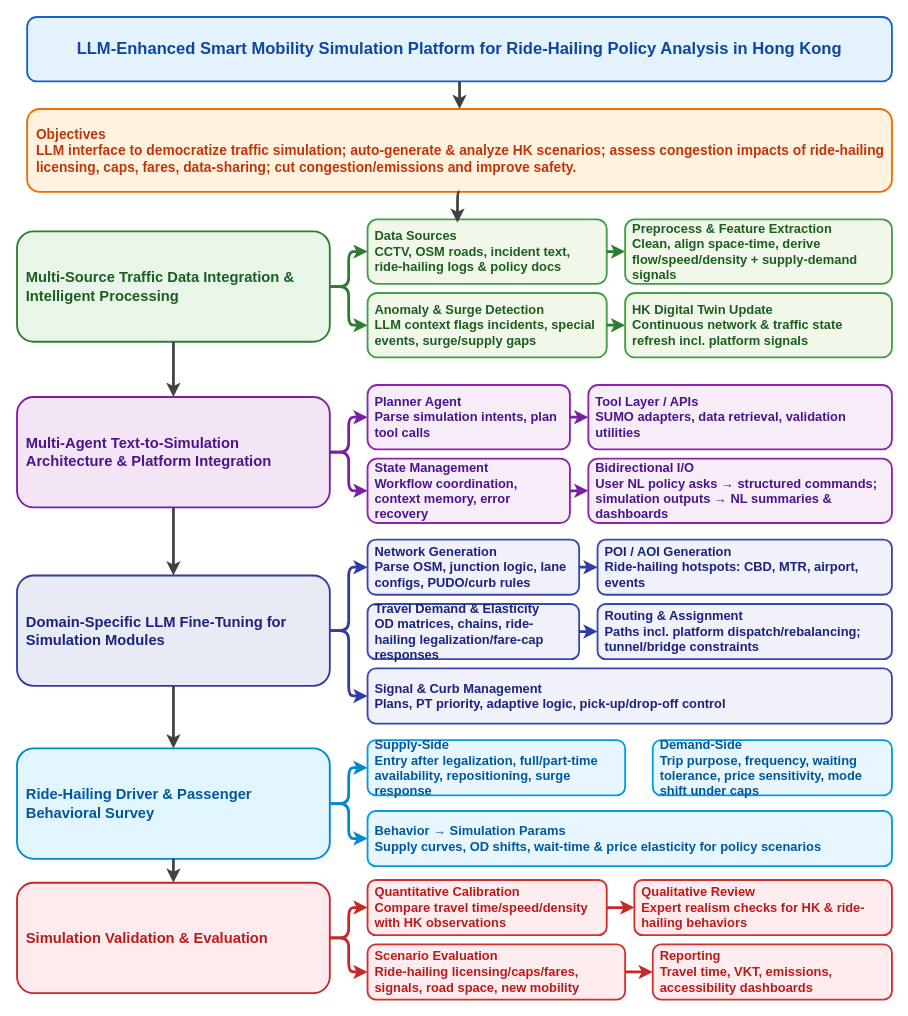
This is figs/Text_to_Simulation_Flow.drawio from Radar-Lei/STF_HK2025, a draw.io file, before an edit. Source tidied: cells renumbered, new cells numbered last; positions are measured from the earlier drawing's top-left corner, leaving out a move shared by most shapes. Both pictures are drawn from the tidied source at 92%, with x=0, y=0 at pixel (17, 17).
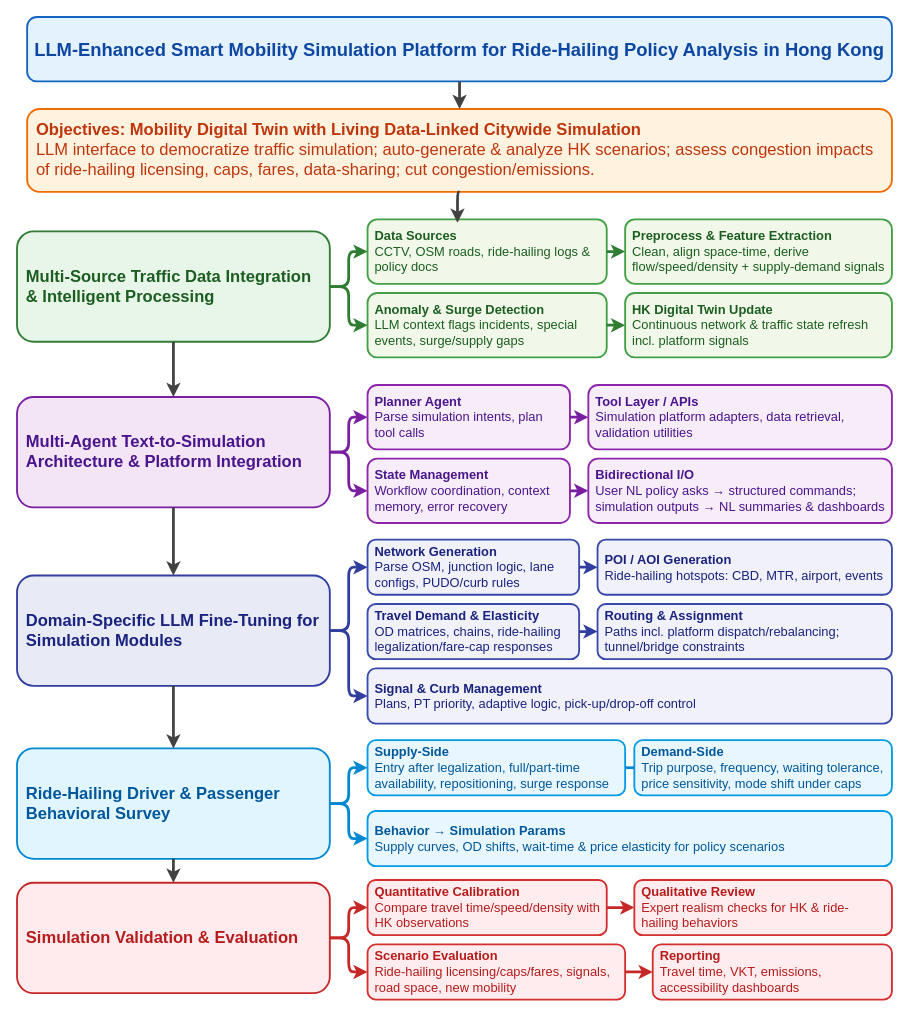
The same page after the edit.

Commit message (it also covers changes not shown here):
upd gantt

Diff of the diagram source:
```diff
@@
-    <mxCell id="2" value="&lt;b&gt;LLM-Enhanced Smart Mobility Simulation Platform for Ride-Hailing Policy Analysis in Hong Kong&lt;/b&gt;" style="rounded=1;whiteSpace=wrap;html=1;fillColor=#e3f2fd;strokeColor=#1565c0;strokeWidth=2;fontSize=18;fontStyle=1;fontColor=#0d47a1;align=center;verticalAlign=middle;" parent="1" vertex="1">
+    <mxCell id="2" value="&lt;b style=&quot;font-size: 20px;&quot;&gt;LLM-Enhanced Smart Mobility Simulation Platform for Ride-Hailing Policy Analysis in Hong Kong&lt;/b&gt;" style="rounded=1;whiteSpace=wrap;html=1;fillColor=#e3f2fd;strokeColor=#1565c0;strokeWidth=2;fontSize=20;fontStyle=1;fontColor=#0d47a1;align=center;verticalAlign=middle;" parent="1" vertex="1">
       <mxGeometry x="11" width="940" height="70" as="geometry" />
     </mxCell>
-    <mxCell id="3" value="&lt;b&gt;Objectives&lt;/b&gt;&lt;br&gt;LLM interface to democratize traffic simulation; auto-generate &amp;amp; analyze HK scenarios; assess congestion impacts of ride-hailing licensing, caps, fares, data-sharing; cut congestion/emissions and improve safety." style="rounded=1;whiteSpace=wrap;html=1;fillColor=#fff3e0;strokeColor=#ef6c00;strokeWidth=2;fontSize=15;fontStyle=1;fontColor=#bf360c;align=left;verticalAlign=middle;spacing=10;" parent="1" vertex="1">
+    <mxCell id="3" value="&lt;b style=&quot;font-size: 18px;&quot;&gt;Objectives: Mobility Digital Twin with Living Data-Linked Citywide Simulation&lt;/b&gt;&lt;br style=&quot;font-size: 18px;&quot;&gt;&lt;span style=&quot;font-weight: normal;&quot;&gt;LLM interface to democratize traffic simulation; auto-generate &amp;amp; analyze HK scenarios; assess congestion impacts of ride-hailing licensing, caps, fares, data-sharing; cut congestion/emissions.&lt;/span&gt;" style="rounded=1;whiteSpace=wrap;html=1;fillColor=#fff3e0;strokeColor=#ef6c00;strokeWidth=2;fontSize=18;fontStyle=1;fontColor=#bf360c;align=left;verticalAlign=middle;spacing=10;" parent="1" vertex="1">
       <mxGeometry x="11" y="100" width="940" height="90" as="geometry" />
     </mxCell>
-    <mxCell id="4" value="&lt;b&gt;Multi-Source Traffic Data Integration &amp;amp; Intelligent Processing&lt;/b&gt;" style="rounded=1;whiteSpace=wrap;html=1;fillColor=#e8f5e9;strokeColor=#2e7d32;strokeWidth=2;fontSize=16;fontStyle=1;fontColor=#1b5e20;align=left;verticalAlign=middle;spacing=10;" parent="1" vertex="1">
+    <mxCell id="4" value="&lt;b style=&quot;font-size: 18px;&quot;&gt;Multi-Source Traffic Data Integration &amp;amp; Intelligent Processing&lt;/b&gt;" style="rounded=1;whiteSpace=wrap;html=1;fillColor=#e8f5e9;strokeColor=#2e7d32;strokeWidth=2;fontSize=18;fontStyle=1;fontColor=#1b5e20;align=left;verticalAlign=middle;spacing=10;" parent="1" vertex="1">
       <mxGeometry y="233" width="340" height="120" as="geometry" />
     </mxCell>
-    <mxCell id="5" value="&lt;b&gt;Data Sources&lt;/b&gt;&lt;br&gt;CCTV,  OSM roads, incident text, ride-hailing logs &amp;amp; policy docs" style="rounded=1;whiteSpace=wrap;html=1;fillColor=#f1f8e9;strokeColor=#43a047;strokeWidth=2;fontSize=14;fontStyle=1;fontColor=#1b5e20;align=left;verticalAlign=middle;spacing=8;" parent="1" vertex="1">
+    <mxCell id="5" value="&lt;b&gt;Data Sources&lt;/b&gt;&lt;br&gt;&lt;span style=&quot;font-weight: normal;&quot;&gt;CCTV,  OSM roads, ride-hailing logs &amp;amp; policy docs&lt;/span&gt;" style="rounded=1;whiteSpace=wrap;html=1;fillColor=#f1f8e9;strokeColor=#43a047;strokeWidth=2;fontSize=14;fontStyle=1;fontColor=#1b5e20;align=left;verticalAlign=middle;spacing=8;" parent="1" vertex="1">
       <mxGeometry x="381" y="220" width="260" height="70" as="geometry" />
     </mxCell>
-    <mxCell id="6" value="&lt;b&gt;Preprocess &amp;amp; Feature Extraction&lt;/b&gt;&lt;br&gt;Clean, align space-time, derive flow/speed/density + supply-demand signals" style="rounded=1;whiteSpace=wrap;html=1;fillColor=#f1f8e9;strokeColor=#43a047;strokeWidth=2;fontSize=14;fontStyle=1;fontColor=#1b5e20;align=left;verticalAlign=middle;spacing=8;" parent="1" vertex="1">
+    <mxCell id="6" value="&lt;b&gt;Preprocess &amp;amp; Feature Extraction&lt;/b&gt;&lt;br&gt;&lt;span style=&quot;font-weight: normal;&quot;&gt;Clean, align space-time, derive flow/speed/density + supply-demand signals&lt;/span&gt;" style="rounded=1;whiteSpace=wrap;html=1;fillColor=#f1f8e9;strokeColor=#43a047;strokeWidth=2;fontSize=14;fontStyle=1;fontColor=#1b5e20;align=left;verticalAlign=middle;spacing=8;" parent="1" vertex="1">
       <mxGeometry x="661" y="220" width="290" height="70" as="geometry" />
     </mxCell>
-    <mxCell id="7" value="&lt;b&gt;Anomaly &amp;amp; Surge Detection&lt;/b&gt;&lt;br&gt;LLM context flags incidents, special events, surge/supply gaps" style="rounded=1;whiteSpace=wrap;html=1;fillColor=#f1f8e9;strokeColor=#43a047;strokeWidth=2;fontSize=14;fontStyle=1;fontColor=#1b5e20;align=left;verticalAlign=middle;spacing=8;" parent="1" vertex="1">
+    <mxCell id="7" value="&lt;b&gt;Anomaly &amp;amp; Surge Detection&lt;/b&gt;&lt;br&gt;&lt;span style=&quot;font-weight: normal;&quot;&gt;LLM context flags incidents, special events, surge/supply gaps&lt;/span&gt;" style="rounded=1;whiteSpace=wrap;html=1;fillColor=#f1f8e9;strokeColor=#43a047;strokeWidth=2;fontSize=14;fontStyle=1;fontColor=#1b5e20;align=left;verticalAlign=middle;spacing=8;" parent="1" vertex="1">
       <mxGeometry x="381" y="300" width="260" height="70" as="geometry" />
     </mxCell>
-    <mxCell id="8" value="&lt;b&gt;HK Digital Twin Update&lt;/b&gt;&lt;br&gt;Continuous network &amp;amp; traffic state refresh incl. platform signals" style="rounded=1;whiteSpace=wrap;html=1;fillColor=#f1f8e9;strokeColor=#43a047;strokeWidth=2;fontSize=14;fontStyle=1;fontColor=#1b5e20;align=left;verticalAlign=middle;spacing=8;" parent="1" vertex="1">
+    <mxCell id="8" value="&lt;b&gt;HK Digital Twin Update&lt;/b&gt;&lt;br&gt;&lt;span style=&quot;font-weight: normal;&quot;&gt;Continuous network &amp;amp; traffic state refresh incl. platform signals&lt;/span&gt;" style="rounded=1;whiteSpace=wrap;html=1;fillColor=#f1f8e9;strokeColor=#43a047;strokeWidth=2;fontSize=14;fontStyle=1;fontColor=#1b5e20;align=left;verticalAlign=middle;spacing=8;" parent="1" vertex="1">
       <mxGeometry x="661" y="300" width="290" height="70" as="geometry" />
     </mxCell>
-    <mxCell id="9" value="&lt;b&gt;Multi-Agent Text-to-Simulation Architecture &amp;amp; Platform Integration&lt;/b&gt;" style="rounded=1;whiteSpace=wrap;html=1;fillColor=#f3e5f5;strokeColor=#7b1fa2;strokeWidth=2;fontSize=16;fontStyle=1;fontColor=#4a148c;align=left;verticalAlign=middle;spacing=10;" parent="1" vertex="1">
+    <mxCell id="9" value="&lt;b style=&quot;font-size: 18px;&quot;&gt;Multi-Agent Text-to-Simulation Architecture &amp;amp; Platform Integration&lt;/b&gt;" style="rounded=1;whiteSpace=wrap;html=1;fillColor=#f3e5f5;strokeColor=#7b1fa2;strokeWidth=2;fontSize=18;fontStyle=1;fontColor=#4a148c;align=left;verticalAlign=middle;spacing=10;" parent="1" vertex="1">
       <mxGeometry y="413" width="340" height="120" as="geometry" />
     </mxCell>
-    <mxCell id="10" value="&lt;b&gt;Planner Agent&lt;/b&gt;&lt;br&gt;Parse simulation intents, plan tool calls" style="rounded=1;whiteSpace=wrap;html=1;fillColor=#f7edf9;strokeColor=#8e24aa;strokeWidth=2;fontSize=14;fontStyle=1;fontColor=#4a148c;align=left;verticalAlign=middle;spacing=8;" parent="1" vertex="1">
+    <mxCell id="10" value="&lt;b&gt;Planner Agent&lt;/b&gt;&lt;br&gt;&lt;span style=&quot;font-weight: normal;&quot;&gt;Parse simulation intents, plan tool calls&lt;/span&gt;" style="rounded=1;whiteSpace=wrap;html=1;fillColor=#f7edf9;strokeColor=#8e24aa;strokeWidth=2;fontSize=14;fontStyle=1;fontColor=#4a148c;align=left;verticalAlign=middle;spacing=8;" parent="1" vertex="1">
       <mxGeometry x="381" y="400" width="220" height="70" as="geometry" />
     </mxCell>
-    <mxCell id="11" value="&lt;b&gt;Tool Layer / APIs&lt;/b&gt;&lt;br&gt;SUMO adapters, data retrieval, validation utilities" style="rounded=1;whiteSpace=wrap;html=1;fillColor=#f7edf9;strokeColor=#8e24aa;strokeWidth=2;fontSize=14;fontStyle=1;fontColor=#4a148c;align=left;verticalAlign=middle;spacing=8;" parent="1" vertex="1">
+    <mxCell id="11" value="&lt;b&gt;Tool Layer / APIs&lt;/b&gt;&lt;br&gt;&lt;span style=&quot;font-weight: normal;&quot;&gt;Simulation platform adapters, data retrieval, validation utilities&lt;/span&gt;" style="rounded=1;whiteSpace=wrap;html=1;fillColor=#f7edf9;strokeColor=#8e24aa;strokeWidth=2;fontSize=14;fontStyle=1;fontColor=#4a148c;align=left;verticalAlign=middle;spacing=8;" parent="1" vertex="1">
       <mxGeometry x="621" y="400" width="330" height="70" as="geometry" />
     </mxCell>
-    <mxCell id="12" value="&lt;b&gt;State Management&lt;/b&gt;&lt;br&gt;Workflow coordination, context memory, error recovery" style="rounded=1;whiteSpace=wrap;html=1;fillColor=#f7edf9;strokeColor=#8e24aa;strokeWidth=2;fontSize=14;fontStyle=1;fontColor=#4a148c;align=left;verticalAlign=middle;spacing=8;" parent="1" vertex="1">
+    <mxCell id="12" value="&lt;b&gt;State Management&lt;/b&gt;&lt;br&gt;&lt;span style=&quot;font-weight: normal;&quot;&gt;Workflow coordination, context memory, error recovery&lt;/span&gt;" style="rounded=1;whiteSpace=wrap;html=1;fillColor=#f7edf9;strokeColor=#8e24aa;strokeWidth=2;fontSize=14;fontStyle=1;fontColor=#4a148c;align=left;verticalAlign=middle;spacing=8;" parent="1" vertex="1">
       <mxGeometry x="381" y="480" width="220" height="70" as="geometry" />
     </mxCell>
-    <mxCell id="13" value="&lt;b&gt;Bidirectional I/O&lt;/b&gt;&lt;br&gt;User NL policy asks → structured commands; simulation outputs → NL summaries &amp;amp; dashboards" style="rounded=1;whiteSpace=wrap;html=1;fillColor=#f7edf9;strokeColor=#8e24aa;strokeWidth=2;fontSize=14;fontStyle=1;fontColor=#4a148c;align=left;verticalAlign=middle;spacing=8;" parent="1" vertex="1">
+    <mxCell id="13" value="&lt;b&gt;Bidirectional I/O&lt;/b&gt;&lt;br&gt;&lt;span style=&quot;font-weight: normal;&quot;&gt;User NL policy asks → structured commands; simulation outputs → NL summaries &amp;amp; dashboards&lt;/span&gt;" style="rounded=1;whiteSpace=wrap;html=1;fillColor=#f7edf9;strokeColor=#8e24aa;strokeWidth=2;fontSize=14;fontStyle=1;fontColor=#4a148c;align=left;verticalAlign=middle;spacing=8;" parent="1" vertex="1">
       <mxGeometry x="621" y="480" width="330" height="70" as="geometry" />
     </mxCell>
-    <mxCell id="14" value="&lt;b&gt;Domain-Specific LLM Fine-Tuning for Simulation Modules&lt;/b&gt;" style="rounded=1;whiteSpace=wrap;html=1;fillColor=#e8eaf6;strokeColor=#303f9f;strokeWidth=2;fontSize=16;fontStyle=1;fontColor=#1a237e;align=left;verticalAlign=middle;spacing=10;" parent="1" vertex="1">
+    <mxCell id="14" value="&lt;b style=&quot;font-size: 18px;&quot;&gt;Domain-Specific LLM Fine-Tuning for Simulation Modules&lt;/b&gt;" style="rounded=1;whiteSpace=wrap;html=1;fillColor=#e8eaf6;strokeColor=#303f9f;strokeWidth=2;fontSize=18;fontStyle=1;fontColor=#1a237e;align=left;verticalAlign=middle;spacing=10;" parent="1" vertex="1">
       <mxGeometry y="607" width="340" height="120" as="geometry" />
     </mxCell>
-    <mxCell id="15" value="&lt;b&gt;Network Generation&lt;/b&gt;&lt;br&gt;Parse OSM, junction logic, lane configs, PUDO/curb rules" style="rounded=1;whiteSpace=wrap;html=1;fillColor=#f0f1fb;strokeColor=#3949ab;strokeWidth=2;fontSize=14;fontStyle=1;fontColor=#1a237e;align=left;verticalAlign=middle;spacing=8;" parent="1" vertex="1">
+    <mxCell id="15" value="&lt;b&gt;Network Generation&lt;/b&gt;&lt;br&gt;&lt;span style=&quot;font-weight: normal;&quot;&gt;Parse OSM, junction logic, lane configs, PUDO/curb rules&lt;/span&gt;" style="rounded=1;whiteSpace=wrap;html=1;fillColor=#f0f1fb;strokeColor=#3949ab;strokeWidth=2;fontSize=14;fontStyle=1;fontColor=#1a237e;align=left;verticalAlign=middle;spacing=8;" parent="1" vertex="1">
       <mxGeometry x="381" y="568" width="230" height="60" as="geometry" />
     </mxCell>
-    <mxCell id="16" value="&lt;b&gt;POI / AOI Generation&lt;/b&gt;&lt;br&gt;Ride-hailing hotspots: CBD, MTR, airport, events" style="rounded=1;whiteSpace=wrap;html=1;fillColor=#f0f1fb;strokeColor=#3949ab;strokeWidth=2;fontSize=14;fontStyle=1;fontColor=#1a237e;align=left;verticalAlign=middle;spacing=8;" parent="1" vertex="1">
+    <mxCell id="16" value="&lt;b&gt;POI / AOI Generation&lt;/b&gt;&lt;br&gt;&lt;span style=&quot;font-weight: normal;&quot;&gt;Ride-hailing hotspots: CBD, MTR, airport, events&lt;/span&gt;" style="rounded=1;whiteSpace=wrap;html=1;fillColor=#f0f1fb;strokeColor=#3949ab;strokeWidth=2;fontSize=14;fontStyle=1;fontColor=#1a237e;align=left;verticalAlign=middle;spacing=8;" parent="1" vertex="1">
       <mxGeometry x="631" y="568" width="320" height="60" as="geometry" />
     </mxCell>
-    <mxCell id="17" value="&lt;b&gt;Travel Demand &amp;amp; Elasticity&lt;/b&gt;&lt;br&gt;OD matrices, chains, ride-hailing legalization/fare-cap responses" style="rounded=1;whiteSpace=wrap;html=1;fillColor=#f0f1fb;strokeColor=#3949ab;strokeWidth=2;fontSize=14;fontStyle=1;fontColor=#1a237e;align=left;verticalAlign=middle;spacing=8;" parent="1" vertex="1">
+    <mxCell id="17" value="&lt;b&gt;Travel Demand &amp;amp; Elasticity&lt;/b&gt;&lt;br&gt;&lt;span style=&quot;font-weight: normal;&quot;&gt;OD matrices, chains, ride-hailing legalization/fare-cap responses&lt;/span&gt;" style="rounded=1;whiteSpace=wrap;html=1;fillColor=#f0f1fb;strokeColor=#3949ab;strokeWidth=2;fontSize=14;fontStyle=1;fontColor=#1a237e;align=left;verticalAlign=middle;spacing=8;" parent="1" vertex="1">
       <mxGeometry x="381" y="638" width="230" height="60" as="geometry" />
     </mxCell>
-    <mxCell id="18" value="&lt;b&gt;Routing &amp;amp; Assignment&lt;/b&gt;&lt;br&gt;Paths incl. platform dispatch/rebalancing; tunnel/bridge constraints" style="rounded=1;whiteSpace=wrap;html=1;fillColor=#f0f1fb;strokeColor=#3949ab;strokeWidth=2;fontSize=14;fontStyle=1;fontColor=#1a237e;align=left;verticalAlign=middle;spacing=8;" parent="1" vertex="1">
+    <mxCell id="18" value="&lt;b&gt;Routing &amp;amp; Assignment&lt;/b&gt;&lt;br&gt;&lt;span style=&quot;font-weight: normal;&quot;&gt;Paths incl. platform dispatch/rebalancing; tunnel/bridge constraints&lt;/span&gt;" style="rounded=1;whiteSpace=wrap;html=1;fillColor=#f0f1fb;strokeColor=#3949ab;strokeWidth=2;fontSize=14;fontStyle=1;fontColor=#1a237e;align=left;verticalAlign=middle;spacing=8;" parent="1" vertex="1">
       <mxGeometry x="631" y="638" width="320" height="60" as="geometry" />
     </mxCell>
-    <mxCell id="19" value="&lt;b&gt;Signal &amp;amp; Curb Management&lt;/b&gt;&lt;br&gt;Plans, PT priority, adaptive logic, pick-up/drop-off control" style="rounded=1;whiteSpace=wrap;html=1;fillColor=#f0f1fb;strokeColor=#3949ab;strokeWidth=2;fontSize=14;fontStyle=1;fontColor=#1a237e;align=left;verticalAlign=middle;spacing=8;" parent="1" vertex="1">
+    <mxCell id="19" value="&lt;b&gt;Signal &amp;amp; Curb Management&lt;/b&gt;&lt;br&gt;&lt;span style=&quot;font-weight: normal;&quot;&gt;Plans, PT priority, adaptive logic, pick-up/drop-off control&lt;/span&gt;" style="rounded=1;whiteSpace=wrap;html=1;fillColor=#f0f1fb;strokeColor=#3949ab;strokeWidth=2;fontSize=14;fontStyle=1;fontColor=#1a237e;align=left;verticalAlign=middle;spacing=8;" parent="1" vertex="1">
       <mxGeometry x="381" y="708" width="570" height="60" as="geometry" />
     </mxCell>
-    <mxCell id="20" value="&lt;b&gt;Ride-Hailing Driver &amp;amp; Passenger Behavioral Survey&lt;/b&gt;" style="rounded=1;whiteSpace=wrap;html=1;fillColor=#e1f5fe;strokeColor=#0288d1;strokeWidth=2;fontSize=16;fontStyle=1;fontColor=#01579b;align=left;verticalAlign=middle;spacing=10;" parent="1" vertex="1">
+    <mxCell id="20" value="&lt;b style=&quot;font-size: 18px;&quot;&gt;Ride-Hailing Driver &amp;amp; Passenger Behavioral Survey&lt;/b&gt;" style="rounded=1;whiteSpace=wrap;html=1;fillColor=#e1f5fe;strokeColor=#0288d1;strokeWidth=2;fontSize=18;fontStyle=1;fontColor=#01579b;align=left;verticalAlign=middle;spacing=10;" parent="1" vertex="1">
       <mxGeometry y="795" width="340" height="120" as="geometry" />
     </mxCell>
-    <mxCell id="21" value="&lt;b&gt;Supply-Side&lt;/b&gt;&lt;br&gt;Entry after legalization, full/part-time availability, repositioning, surge response" style="rounded=1;whiteSpace=wrap;html=1;fillColor=#e8f7ff;strokeColor=#039be5;strokeWidth=2;fontSize=14;fontStyle=1;fontColor=#01579b;align=left;verticalAlign=middle;spacing=8;" parent="1" vertex="1">
+    <mxCell id="21" value="&lt;b&gt;Supply-Side&lt;/b&gt;&lt;br&gt;&lt;span style=&quot;font-weight: normal;&quot;&gt;Entry after legalization, full/part-time availability, repositioning, surge response&lt;/span&gt;" style="rounded=1;whiteSpace=wrap;html=1;fillColor=#e8f7ff;strokeColor=#039be5;strokeWidth=2;fontSize=14;fontStyle=1;fontColor=#01579b;align=left;verticalAlign=middle;spacing=8;" parent="1" vertex="1">
       <mxGeometry x="381" y="786" width="280" height="60" as="geometry" />
     </mxCell>
-    <mxCell id="22" value="&lt;b&gt;Demand-Side&lt;/b&gt;&lt;br&gt;Trip purpose, frequency, waiting tolerance, price sensitivity, mode shift under caps" style="rounded=1;whiteSpace=wrap;html=1;fillColor=#e8f7ff;strokeColor=#039be5;strokeWidth=2;fontSize=14;fontStyle=1;fontColor=#01579b;align=left;verticalAlign=middle;spacing=8;" parent="1" vertex="1">
-      <mxGeometry x="691" y="786" width="260" height="60" as="geometry" />
+    <mxCell id="22" value="&lt;b&gt;Demand-Side&lt;/b&gt;&lt;br&gt;&lt;span style=&quot;font-weight: normal;&quot;&gt;Trip purpose, frequency, waiting tolerance, price sensitivity, mode shift under caps&lt;/span&gt;" style="rounded=1;whiteSpace=wrap;html=1;fillColor=#e8f7ff;strokeColor=#039be5;strokeWidth=2;fontSize=14;fontStyle=1;fontColor=#01579b;align=left;verticalAlign=middle;spacing=8;" parent="1" vertex="1">
+      <mxGeometry x="671" y="786" width="280" height="60" as="geometry" />
     </mxCell>
-    <mxCell id="23" value="&lt;b&gt;Behavior → Simulation Params&lt;/b&gt;&lt;br&gt;Supply curves, OD shifts, wait-time &amp;amp; price elasticity for policy scenarios" style="rounded=1;whiteSpace=wrap;html=1;fillColor=#e8f7ff;strokeColor=#039be5;strokeWidth=2;fontSize=14;fontStyle=1;fontColor=#01579b;align=left;verticalAlign=middle;spacing=8;" parent="1" vertex="1">
+    <mxCell id="23" value="&lt;b&gt;Behavior → Simulation Params&lt;/b&gt;&lt;br&gt;&lt;span style=&quot;font-weight: normal;&quot;&gt;Supply curves, OD shifts, wait-time &amp;amp; price elasticity for policy scenarios&lt;/span&gt;" style="rounded=1;whiteSpace=wrap;html=1;fillColor=#e8f7ff;strokeColor=#039be5;strokeWidth=2;fontSize=14;fontStyle=1;fontColor=#01579b;align=left;verticalAlign=middle;spacing=8;" parent="1" vertex="1">
       <mxGeometry x="381" y="863" width="570" height="60" as="geometry" />
     </mxCell>
-    <mxCell id="24" value="&lt;b&gt;Simulation Validation &amp;amp; Evaluation&lt;/b&gt;" style="rounded=1;whiteSpace=wrap;html=1;fillColor=#ffebee;strokeColor=#c62828;strokeWidth=2;fontSize=16;fontStyle=1;fontColor=#b71c1c;align=left;verticalAlign=middle;spacing=10;" parent="1" vertex="1">
+    <mxCell id="24" value="&lt;b style=&quot;font-size: 18px;&quot;&gt;Simulation Validation &amp;amp; Evaluation&lt;/b&gt;" style="rounded=1;whiteSpace=wrap;html=1;fillColor=#ffebee;strokeColor=#c62828;strokeWidth=2;fontSize=18;fontStyle=1;fontColor=#b71c1c;align=left;verticalAlign=middle;spacing=10;" parent="1" vertex="1">
       <mxGeometry y="941" width="340" height="120" as="geometry" />
     </mxCell>
-    <mxCell id="25" value="&lt;b&gt;Quantitative Calibration&lt;/b&gt;&lt;br&gt;Compare travel time/speed/density with HK observations" style="rounded=1;whiteSpace=wrap;html=1;fillColor=#ffecee;strokeColor=#d32f2f;strokeWidth=2;fontSize=14;fontStyle=1;fontColor=#b71c1c;align=left;verticalAlign=middle;spacing=8;" parent="1" vertex="1">
+    <mxCell id="25" value="&lt;b&gt;Quantitative Calibration&lt;/b&gt;&lt;br&gt;&lt;span style=&quot;font-weight: normal;&quot;&gt;Compare travel time/speed/density with HK observations&lt;/span&gt;" style="rounded=1;whiteSpace=wrap;html=1;fillColor=#ffecee;strokeColor=#d32f2f;strokeWidth=2;fontSize=14;fontStyle=1;fontColor=#b71c1c;align=left;verticalAlign=middle;spacing=8;" parent="1" vertex="1">
       <mxGeometry x="381" y="938" width="260" height="60" as="geometry" />
     </mxCell>
-    <mxCell id="26" value="&lt;b&gt;Qualitative Review&lt;/b&gt;&lt;br&gt;Expert realism checks for HK &amp;amp; ride-hailing behaviors" style="rounded=1;whiteSpace=wrap;html=1;fillColor=#ffecee;strokeColor=#d32f2f;strokeWidth=2;fontSize=14;fontStyle=1;fontColor=#b71c1c;align=left;verticalAlign=middle;spacing=8;" parent="1" vertex="1">
+    <mxCell id="26" value="&lt;b&gt;Qualitative Review&lt;/b&gt;&lt;br&gt;&lt;span style=&quot;font-weight: normal;&quot;&gt;Expert realism checks for HK &amp;amp; ride-hailing behaviors&lt;/span&gt;" style="rounded=1;whiteSpace=wrap;html=1;fillColor=#ffecee;strokeColor=#d32f2f;strokeWidth=2;fontSize=14;fontStyle=1;fontColor=#b71c1c;align=left;verticalAlign=middle;spacing=8;" parent="1" vertex="1">
       <mxGeometry x="671" y="938" width="280" height="60" as="geometry" />
     </mxCell>
-    <mxCell id="27" value="&lt;b&gt;Scenario Evaluation&lt;/b&gt;&lt;br&gt;Ride-hailing licensing/caps/fares, signals, road space, new mobility" style="rounded=1;whiteSpace=wrap;html=1;fillColor=#ffecee;strokeColor=#d32f2f;strokeWidth=2;fontSize=14;fontStyle=1;fontColor=#b71c1c;align=left;verticalAlign=middle;spacing=8;" parent="1" vertex="1">
+    <mxCell id="27" value="&lt;b&gt;Scenario Evaluation&lt;/b&gt;&lt;br&gt;&lt;span style=&quot;font-weight: normal;&quot;&gt;Ride-hailing licensing/caps/fares, signals, road space, new mobility&lt;/span&gt;" style="rounded=1;whiteSpace=wrap;html=1;fillColor=#ffecee;strokeColor=#d32f2f;strokeWidth=2;fontSize=14;fontStyle=1;fontColor=#b71c1c;align=left;verticalAlign=middle;spacing=8;" parent="1" vertex="1">
       <mxGeometry x="381" y="1008" width="280" height="60" as="geometry" />
     </mxCell>
-    <mxCell id="28" value="&lt;b&gt;Reporting&lt;/b&gt;&lt;br&gt;Travel time, VKT, emissions, accessibility dashboards" style="rounded=1;whiteSpace=wrap;html=1;fillColor=#ffecee;strokeColor=#d32f2f;strokeWidth=2;fontSize=14;fontStyle=1;fontColor=#b71c1c;align=left;verticalAlign=middle;spacing=8;" parent="1" vertex="1">
+    <mxCell id="28" value="&lt;b&gt;Reporting&lt;/b&gt;&lt;br&gt;&lt;span style=&quot;font-weight: normal;&quot;&gt;Travel time, VKT, emissions, accessibility dashboards&lt;/span&gt;" style="rounded=1;whiteSpace=wrap;html=1;fillColor=#ffecee;strokeColor=#d32f2f;strokeWidth=2;fontSize=14;fontStyle=1;fontColor=#b71c1c;align=left;verticalAlign=middle;spacing=8;" parent="1" vertex="1">
       <mxGeometry x="691" y="1008" width="260" height="60" as="geometry" />
     </mxCell>
@@
+    <mxCell id="53" style="edgeStyle=orthogonalEdgeStyle;rounded=1;jettySize=auto;html=1;strokeColor=#0288d1;strokeWidth=3;endArrow=none;startArrow=none;jumpStyle=arc;jumpSize=6;exitX=1;exitY=0.5;exitDx=0;exitDy=0;entryX=0;entryY=0.5;entryDx=0;entryDy=0;startFill=0;endFill=0;" parent="1" edge="1" source="21" target="22">
+      <mxGeometry relative="1" as="geometry" />
+    </mxCell>
```
